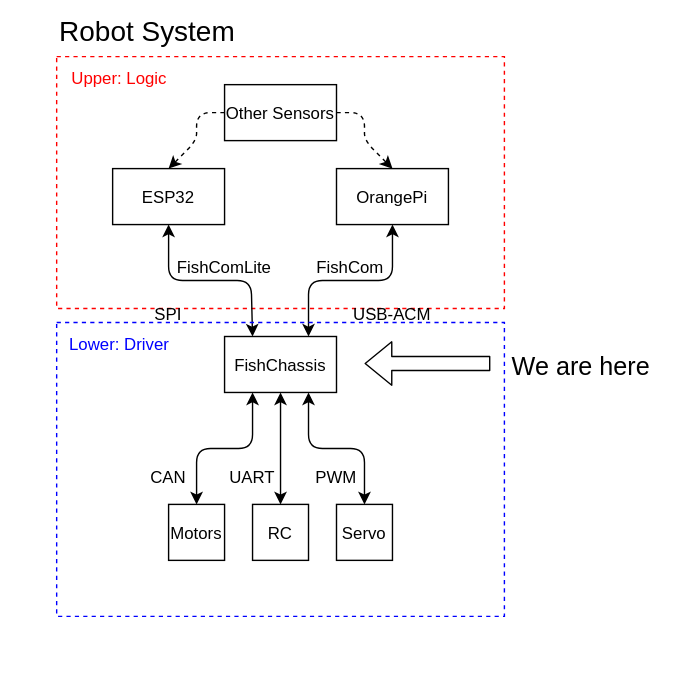
Before: Doc/embedded_construction_here.svg, a diagram exported from draw.io (RM-camp-for-high-school-students/Shenzhen_innoX_2024wc_FishChassis). Source tidied: cells renumbered, new cells last; positions are measured from the earlier drawing's top-left corner, leaving out a move shared by most shapes.
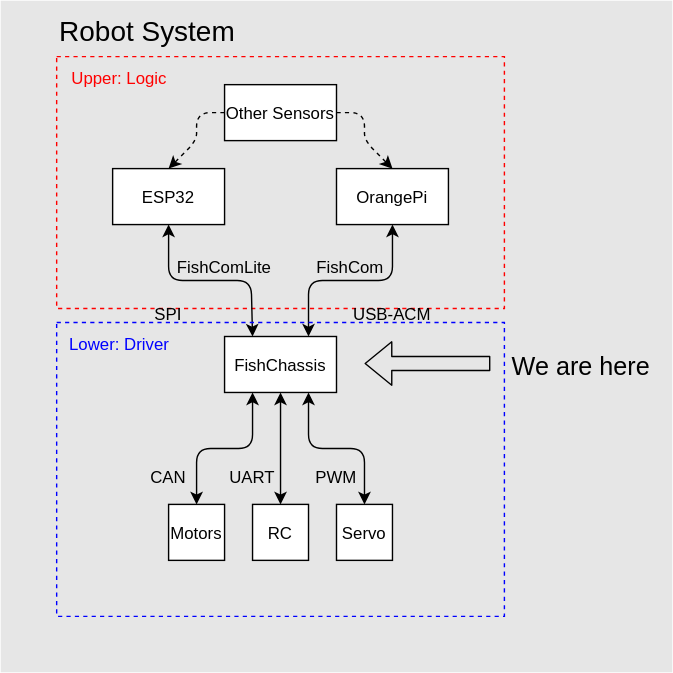
The same diagram one commit later.

Diff of the diagram source:
```diff
@@ -2,7 +2,7 @@
   <root>
     <mxCell id="0" />
     <mxCell id="1" parent="0" />
-    <mxCell id="2" style="rounded=0;whiteSpace=wrap;html=1;strokeColor=none;fillColor=#FFFFFF;" parent="1" vertex="1">
+    <mxCell id="2" style="rounded=0;whiteSpace=wrap;html=1;strokeColor=none;fillColor=#E6E6E6;" parent="1" vertex="1">
       <mxGeometry width="480" height="480" as="geometry" />
     </mxCell>
     <mxCell id="3" style="rounded=0;fillColor=none;dashed=1;strokeColor=#FF0000;" parent="1" vertex="1">
```
